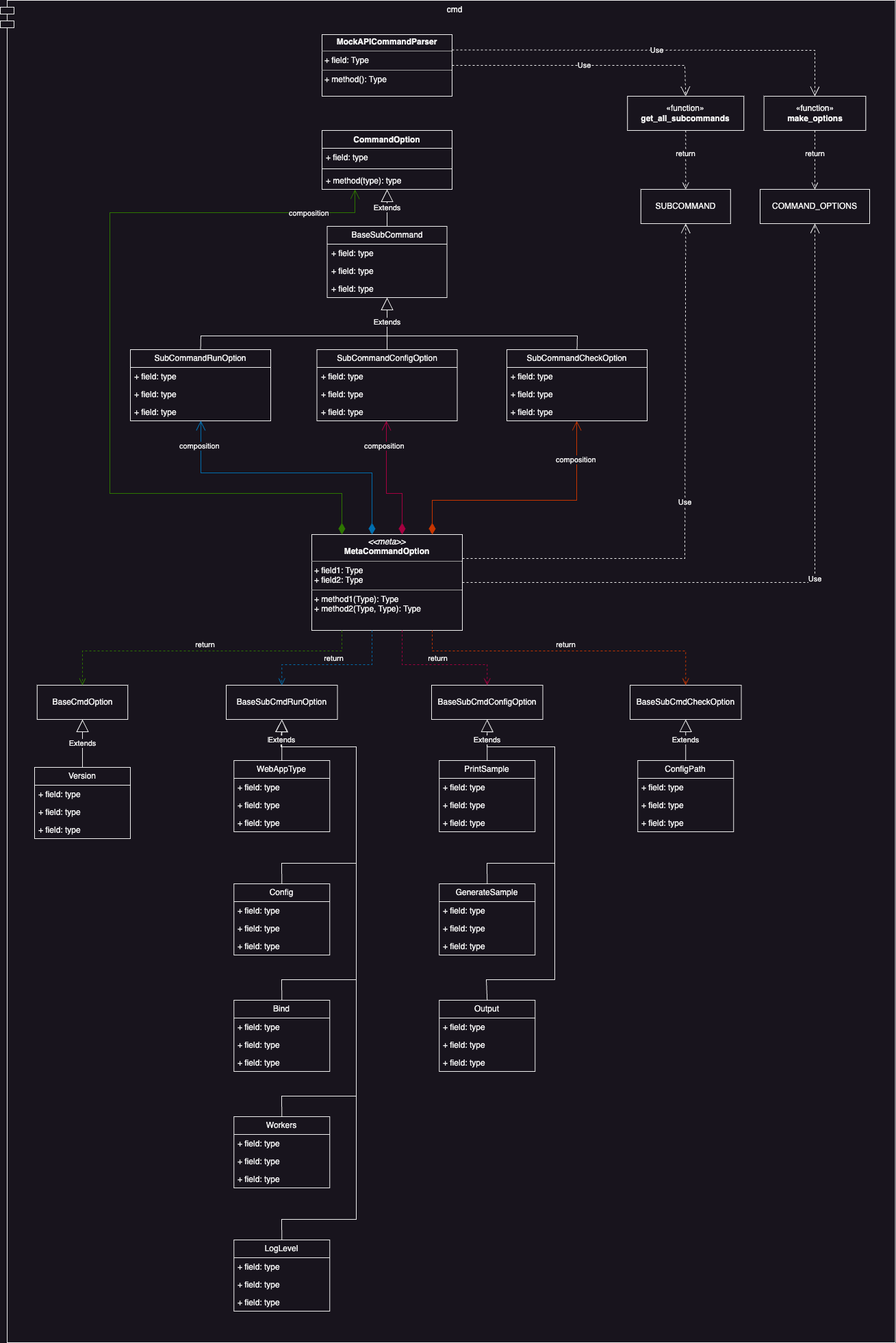
This is docs/images/development/cmd_options_software_architecture.drawio.png from Chisanan232/PyMock-Server, a draw.io export, as it was before one commit. Source tidied: cells renumbered, new cells last; positions are measured from the earlier drawing's top-left corner, leaving out a move shared by most shapes.
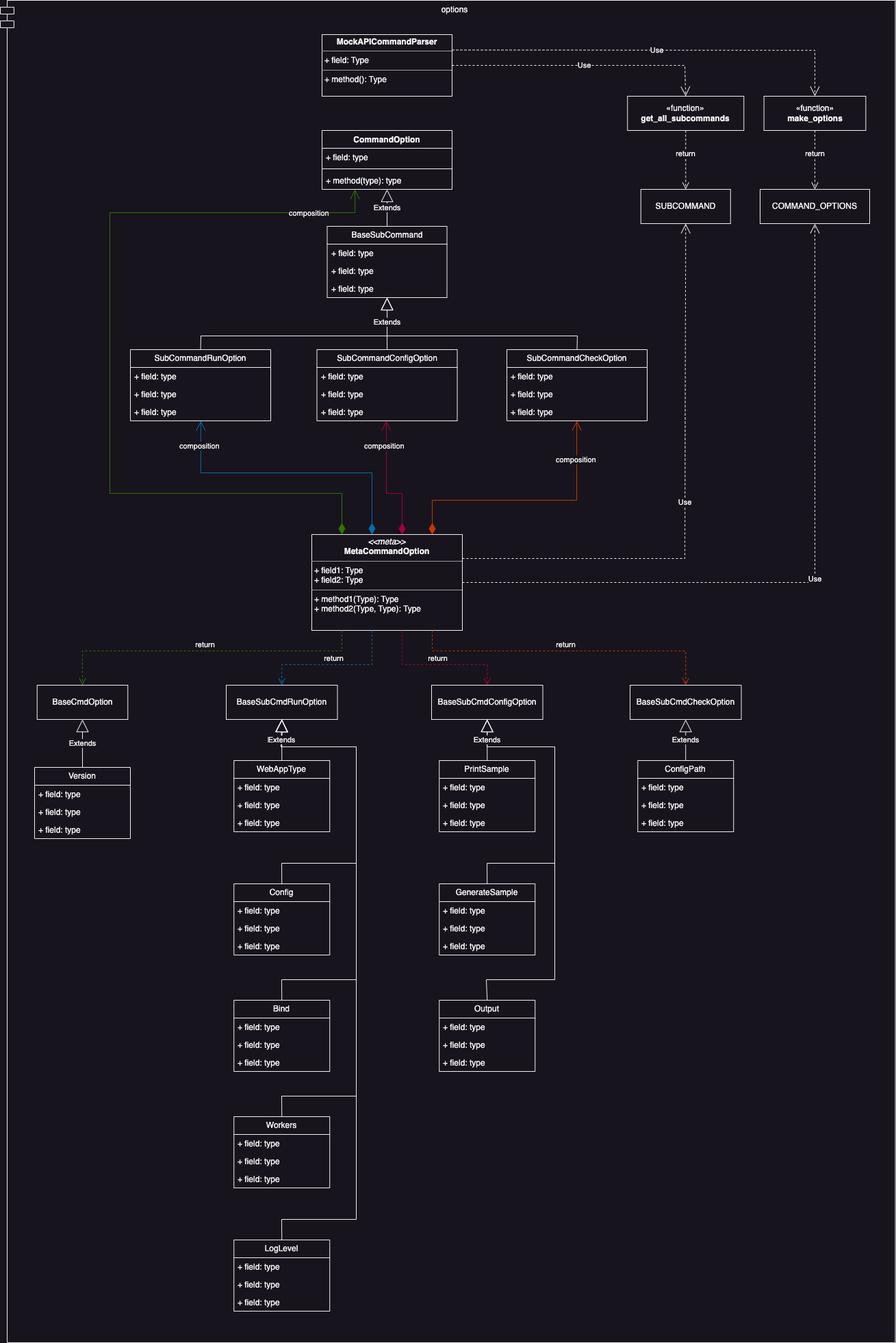
Above is the later version.

Commit message:
✒️  Update the image (about command line options) and its YAML format configuration with latest source code.

The edit, as a diff of the source:
```diff
@@ -2,7 +2,7 @@
   <root>
     <mxCell id="0" />
     <mxCell id="1" parent="0" />
-    <mxCell id="2" value="cmd" style="shape=module;align=left;spacingLeft=20;align=center;verticalAlign=top;whiteSpace=wrap;html=1;" parent="1" vertex="1">
+    <mxCell id="2" value="options" style="shape=module;align=left;spacingLeft=20;align=center;verticalAlign=top;whiteSpace=wrap;html=1;" parent="1" vertex="1">
       <mxGeometry width="1307.5" height="1960" as="geometry" />
     </mxCell>
     <mxCell id="3" value="SUBCOMMAND" style="html=1;whiteSpace=wrap;" parent="1" vertex="1">
```
